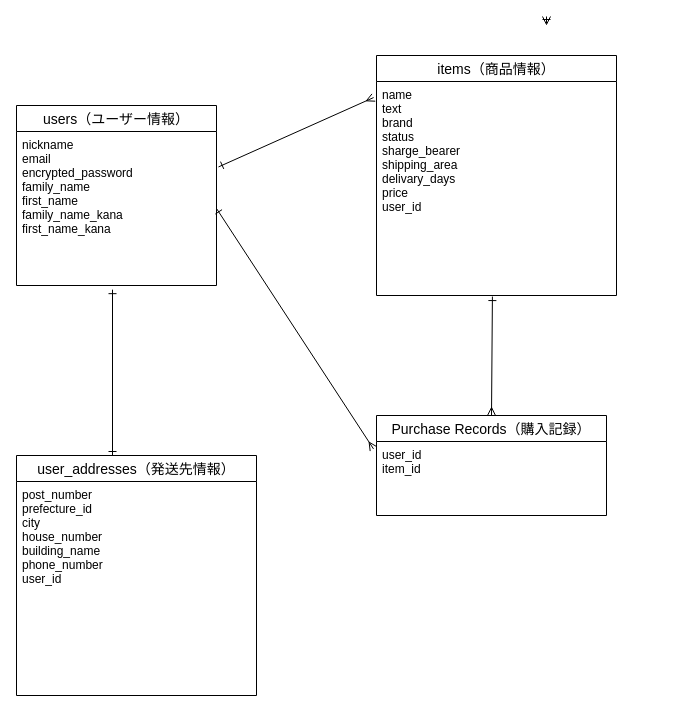
Earlier version of the draw.io diagram furima.dio (wss4616/furima-37914). Source tidied: cells renumbered, new cells numbered last; positions are measured from the earlier drawing's top-left corner, leaving out a move shared by most shapes. Both pictures are drawn from the tidied source at 100%, with x=0, y=0 at pixel (16, 16).
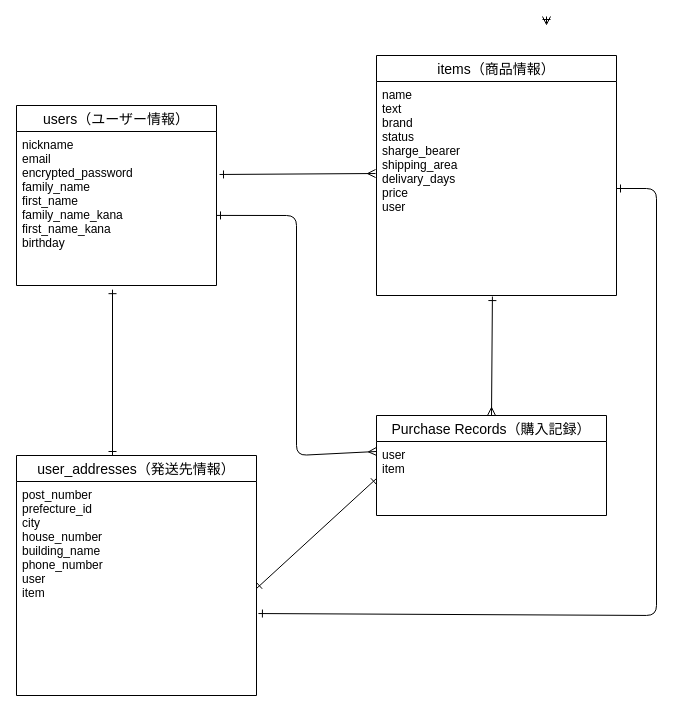
After the change.

The change refers to these unchanged cells:
```xml
<mxCell id="2" value="items（商品情報）" style="swimlane;fontStyle=0;horizontal=1;startSize=26;align=center;fontSize=14;" parent="1" vertex="1">
  <mxGeometry x="360" y="39" width="240" height="240" as="geometry" />
</mxCell>
<mxCell id="4" value="users（ユーザー情報）" style="swimlane;fontStyle=0;horizontal=1;startSize=26;align=center;fontSize=14;" parent="1" vertex="1">
  <mxGeometry y="89" width="200" height="180" as="geometry" />
</mxCell>
<mxCell id="6" value="user_addresses（発送先情報）" style="swimlane;fontStyle=0;horizontal=1;startSize=26;align=center;fontSize=14;" parent="1" vertex="1">
  <mxGeometry y="439" width="240" height="240" as="geometry" />
</mxCell>
<mxCell id="11" value="Purchase Records（購入記録）" style="swimlane;fontStyle=0;horizontal=1;startSize=26;align=center;fontSize=14;" parent="1" vertex="1">
  <mxGeometry x="360" y="399" width="230" height="100" as="geometry" />
</mxCell>
```

What changed in the source:
```diff
@@
-    <mxCell id="3" value="name&#10;text&#10;brand&#10;status&#10;sharge_bearer&#10;shipping_area&#10;delivary_days&#10;price&#10;user_id" style="text;strokeColor=none;fillColor=none;spacingLeft=4;spacingRight=4;overflow=hidden;points=[[0,0.5],[1,0.5]];portConstraint=eastwest;fontSize=12;" parent="2" vertex="1">
+    <mxCell id="3" value="name&#10;text&#10;brand&#10;status&#10;sharge_bearer&#10;shipping_area&#10;delivary_days&#10;price&#10;user" style="text;strokeColor=none;fillColor=none;spacingLeft=4;spacingRight=4;overflow=hidden;points=[[0,0.5],[1,0.5]];portConstraint=eastwest;fontSize=12;" parent="2" vertex="1">
       <mxGeometry y="26" width="240" height="214" as="geometry" />
     </mxCell>
@@
-    <mxCell id="5" value="nickname&#10;email&#10;encrypted_password&#10;family_name&#10;first_name&#10;family_name_kana&#10;first_name_kana&#10;" style="text;strokeColor=none;fillColor=none;spacingLeft=4;spacingRight=4;overflow=hidden;points=[[0,0.5],[1,0.5]];portConstraint=eastwest;fontSize=12;" parent="4" vertex="1">
+    <mxCell id="5" value="nickname&#10;email&#10;encrypted_password&#10;family_name&#10;first_name&#10;family_name_kana&#10;first_name_kana&#10;birthday" style="text;strokeColor=none;fillColor=none;spacingLeft=4;spacingRight=4;overflow=hidden;points=[[0,0.5],[1,0.5]];portConstraint=eastwest;fontSize=12;" parent="4" vertex="1">
       <mxGeometry y="26" width="200" height="154" as="geometry" />
     </mxCell>
@@
-    <mxCell id="7" value="post_number&#10;prefecture_id&#10;city&#10;house_number&#10;building_name&#10;phone_number&#10;user_id" style="text;strokeColor=none;fillColor=none;spacingLeft=4;spacingRight=4;overflow=hidden;points=[[0,0.5],[1,0.5]];portConstraint=eastwest;fontSize=12;" parent="6" vertex="1">
+    <mxCell id="7" value="post_number&#10;prefecture_id&#10;city&#10;house_number&#10;building_name&#10;phone_number&#10;user&#10;item" style="text;strokeColor=none;fillColor=none;spacingLeft=4;spacingRight=4;overflow=hidden;points=[[0,0.5],[1,0.5]];portConstraint=eastwest;fontSize=12;" parent="6" vertex="1">
       <mxGeometry y="26" width="240" height="214" as="geometry" />
     </mxCell>
@@
-    <mxCell id="9" style="edgeStyle=none;html=1;exitX=1.01;exitY=0.23;exitDx=0;exitDy=0;entryX=-0.012;entryY=0.075;entryDx=0;entryDy=0;entryPerimeter=0;startArrow=ERone;startFill=0;endArrow=ERmany;endFill=0;strokeColor=default;elbow=vertical;exitPerimeter=0;" parent="1" edge="1" source="5" target="3">
+    <mxCell id="9" style="edgeStyle=none;html=1;exitX=1.015;exitY=0.279;exitDx=0;exitDy=0;entryX=-0.004;entryY=0.43;entryDx=0;entryDy=0;entryPerimeter=0;startArrow=ERone;startFill=0;endArrow=ERmany;endFill=0;strokeColor=default;elbow=vertical;exitPerimeter=0;" parent="1" edge="1" source="5" target="3">
       <mxGeometry relative="1" as="geometry" />
     </mxCell>
@@
-    <mxCell id="12" value="user_id&#10;item_id" style="text;strokeColor=none;fillColor=none;spacingLeft=4;spacingRight=4;overflow=hidden;points=[[0,0.5],[1,0.5]];portConstraint=eastwest;fontSize=12;" parent="11" vertex="1">
+    <mxCell id="12" value="user&#10;item" style="text;strokeColor=none;fillColor=none;spacingLeft=4;spacingRight=4;overflow=hidden;points=[[0,0.5],[1,0.5]];portConstraint=eastwest;fontSize=12;" parent="11" vertex="1">
       <mxGeometry y="26" width="230" height="74" as="geometry" />
     </mxCell>
-    <mxCell id="13" style="edgeStyle=none;html=1;exitX=1;exitY=0.5;exitDx=0;exitDy=0;entryX=-0.013;entryY=0.1;entryDx=0;entryDy=0;entryPerimeter=0;startArrow=ERone;startFill=0;endArrow=ERmany;endFill=0;strokeColor=default;elbow=vertical;" parent="1" edge="1" source="5" target="12">
-      <mxGeometry relative="1" as="geometry" />
+    <mxCell id="13" style="edgeStyle=none;html=1;exitX=1;exitY=0.545;exitDx=0;exitDy=0;entryX=0;entryY=0.135;entryDx=0;entryDy=0;entryPerimeter=0;startArrow=ERone;startFill=0;endArrow=ERmany;endFill=0;strokeColor=default;elbow=vertical;exitPerimeter=0;" parent="1" edge="1" source="5" target="12">
+      <mxGeometry relative="1" as="geometry">
+        <Array as="points">
+          <mxPoint x="280" y="199" />
+          <mxPoint x="280" y="439" />
+        </Array>
+      </mxGeometry>
     </mxCell>
@@
+    <mxCell id="15" style="edgeStyle=none;html=1;exitX=0;exitY=0.5;exitDx=0;exitDy=0;entryX=1;entryY=0.5;entryDx=0;entryDy=0;startArrow=ERone;startFill=0;endArrow=ERone;endFill=0;strokeColor=default;elbow=vertical;" parent="1" edge="1" source="12" target="7">
+      <mxGeometry relative="1" as="geometry" />
+    </mxCell>
+    <mxCell id="16" style="edgeStyle=none;html=1;exitX=1;exitY=0.5;exitDx=0;exitDy=0;startArrow=ERone;startFill=0;endArrow=ERone;endFill=0;strokeColor=default;elbow=vertical;entryX=1.008;entryY=0.617;entryDx=0;entryDy=0;entryPerimeter=0;" parent="1" edge="1" source="3" target="7">
+      <mxGeometry relative="1" as="geometry">
+        <Array as="points">
+          <mxPoint x="640" y="172" />
+          <mxPoint x="640" y="599" />
+        </Array>
+      </mxGeometry>
+    </mxCell>
```
